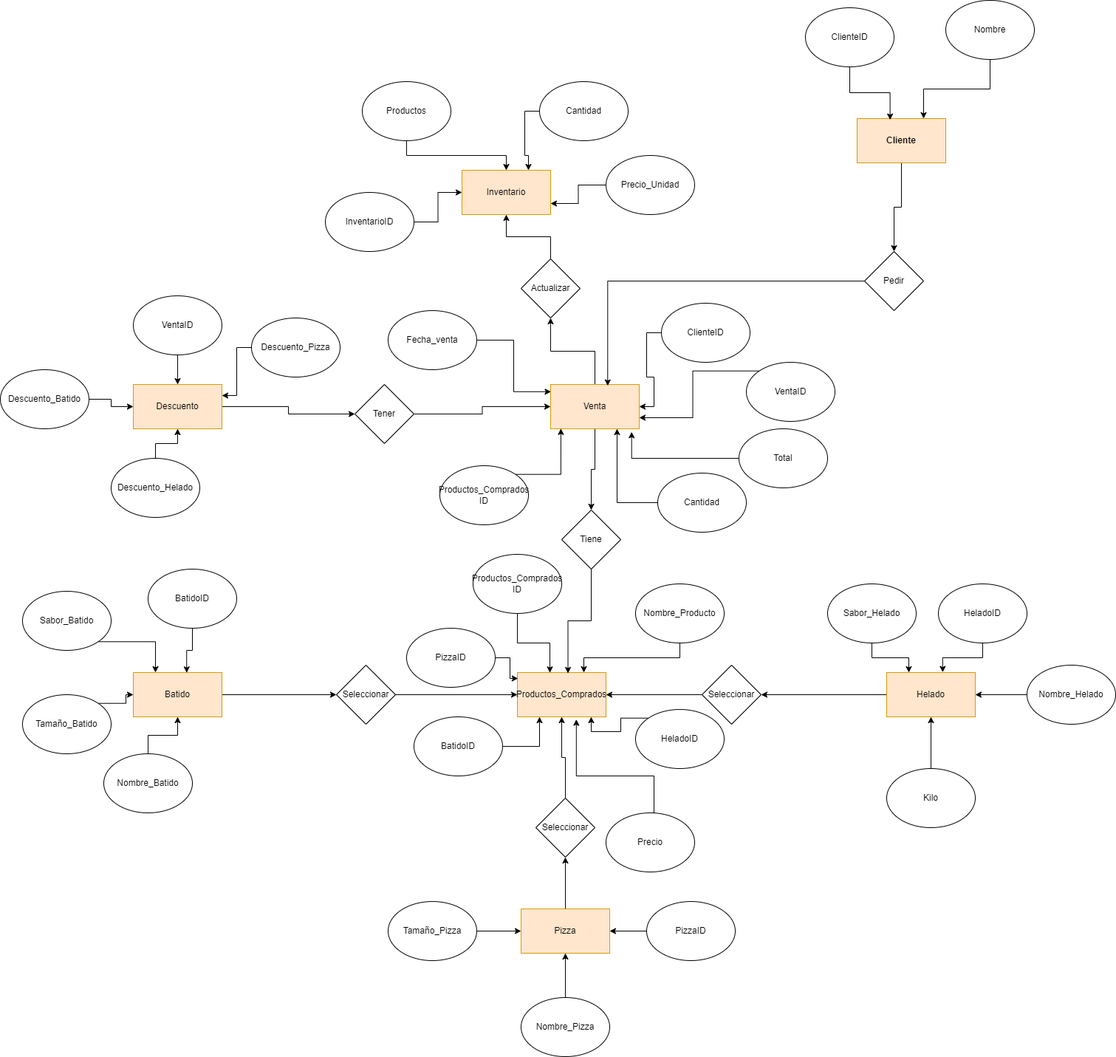
The draw.io diagram DER Heladeria.drawio.png in Gonzalo-Velasquez/Heladeria-Ledefajo-LAB, before a commit. Source tidied: cells renumbered, new cells last; positions are measured from the earlier drawing's top-left corner, leaving out a move shared by most shapes.
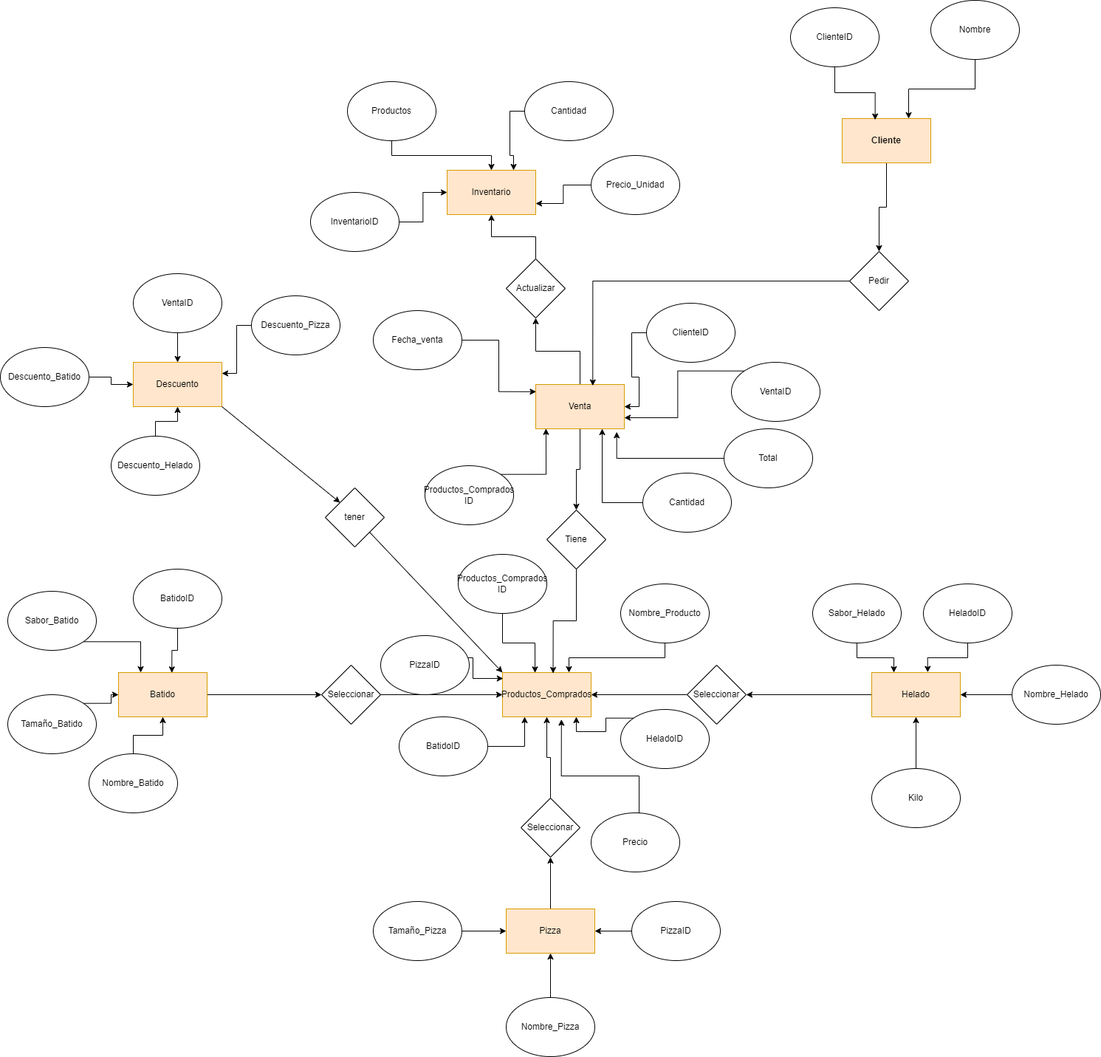
Later version of the same file.

Change to the diagram source:
```diff
@@ -243,11 +243,8 @@
     <mxCell id="78" value="Nombre_Batido" style="ellipse;whiteSpace=wrap;html=1;" parent="1" vertex="1">
       <mxGeometry x="140" y="1020" width="120" height="80" as="geometry" />
     </mxCell>
-    <mxCell id="79" style="edgeStyle=orthogonalEdgeStyle;rounded=0;jettySize=auto;html=1;exitX=1;exitY=0.5;exitDx=0;exitDy=0;entryX=0;entryY=0.5;entryDx=0;entryDy=0;" parent="1" edge="1" source="80" target="96">
-      <mxGeometry relative="1" as="geometry" />
-    </mxCell>
     <mxCell id="80" value="Descuento" style="rounded=0;whiteSpace=wrap;html=1;fillColor=#ffe6cc;strokeColor=#d79b00;" parent="1" vertex="1">
-      <mxGeometry x="180" y="520" width="120" height="60" as="geometry" />
+      <mxGeometry x="200" y="490" width="120" height="60" as="geometry" />
     </mxCell>
     <mxCell id="81" style="edgeStyle=orthogonalEdgeStyle;rounded=0;jettySize=auto;html=1;exitX=1;exitY=0.5;exitDx=0;exitDy=0;entryX=0.25;entryY=1;entryDx=0;entryDy=0;" parent="1" edge="1" source="82" target="2">
       <mxGeometry relative="1" as="geometry" />
@@ -256,10 +253,16 @@
       <mxGeometry x="560" y="970" width="120" height="80" as="geometry" />
     </mxCell>
     <mxCell id="83" style="edgeStyle=orthogonalEdgeStyle;rounded=0;jettySize=auto;html=1;exitX=1;exitY=0.5;exitDx=0;exitDy=0;entryX=0.007;entryY=0.134;entryDx=0;entryDy=0;entryPerimeter=0;" parent="1" edge="1" source="84" target="2">
-      <mxGeometry relative="1" as="geometry" />
+      <mxGeometry relative="1" as="geometry">
+        <Array as="points">
+          <mxPoint x="620" y="890" />
+          <mxPoint x="660" y="890" />
+          <mxPoint x="660" y="918" />
+        </Array>
+      </mxGeometry>
     </mxCell>
     <mxCell id="84" value="PizzaID" style="ellipse;whiteSpace=wrap;html=1;" parent="1" vertex="1">
-      <mxGeometry x="550" y="850" width="120" height="80" as="geometry" />
+      <mxGeometry x="535" y="860" width="120" height="80" as="geometry" />
     </mxCell>
     <mxCell id="85" style="edgeStyle=orthogonalEdgeStyle;rounded=0;jettySize=auto;html=1;exitX=0;exitY=0;exitDx=0;exitDy=0;entryX=0.833;entryY=1;entryDx=0;entryDy=0;entryPerimeter=0;" parent="1" edge="1" source="86" target="2">
       <mxGeometry relative="1" as="geometry" />
@@ -271,31 +274,34 @@
       <mxGeometry relative="1" as="geometry" />
     </mxCell>
     <mxCell id="88" value="VentaID" style="ellipse;whiteSpace=wrap;html=1;" parent="1" vertex="1">
-      <mxGeometry x="180" y="400" width="120" height="80" as="geometry" />
+      <mxGeometry x="200" y="370" width="120" height="80" as="geometry" />
     </mxCell>
     <mxCell id="89" style="edgeStyle=orthogonalEdgeStyle;rounded=0;jettySize=auto;html=1;exitX=1;exitY=0.5;exitDx=0;exitDy=0;" parent="1" edge="1" source="90" target="80">
       <mxGeometry relative="1" as="geometry" />
     </mxCell>
     <mxCell id="90" value="Descuento_Batido" style="ellipse;whiteSpace=wrap;html=1;" parent="1" vertex="1">
-      <mxGeometry y="500" width="120" height="80" as="geometry" />
+      <mxGeometry x="20" y="470" width="120" height="80" as="geometry" />
     </mxCell>
     <mxCell id="91" style="edgeStyle=orthogonalEdgeStyle;rounded=0;jettySize=auto;html=1;exitX=0;exitY=0.5;exitDx=0;exitDy=0;entryX=1;entryY=0.25;entryDx=0;entryDy=0;" parent="1" edge="1" source="92" target="80">
       <mxGeometry relative="1" as="geometry" />
     </mxCell>
     <mxCell id="92" value="Descuento_Pizza" style="ellipse;whiteSpace=wrap;html=1;" parent="1" vertex="1">
-      <mxGeometry x="340" y="430" width="120" height="80" as="geometry" />
+      <mxGeometry x="360" y="400" width="120" height="80" as="geometry" />
     </mxCell>
     <mxCell id="93" style="edgeStyle=orthogonalEdgeStyle;rounded=0;jettySize=auto;html=1;exitX=0.5;exitY=0;exitDx=0;exitDy=0;entryX=0.5;entryY=1;entryDx=0;entryDy=0;" parent="1" edge="1" source="94" target="80">
       <mxGeometry relative="1" as="geometry" />
     </mxCell>
     <mxCell id="94" value="Descuento_Helado" style="ellipse;whiteSpace=wrap;html=1;" parent="1" vertex="1">
-      <mxGeometry x="150" y="620" width="120" height="80" as="geometry" />
+      <mxGeometry x="170" y="590" width="120" height="80" as="geometry" />
     </mxCell>
-    <mxCell id="95" style="edgeStyle=orthogonalEdgeStyle;rounded=0;jettySize=auto;html=1;exitX=1;exitY=0.5;exitDx=0;exitDy=0;entryX=0;entryY=0.5;entryDx=0;entryDy=0;" parent="1" edge="1" source="96" target="35">
-      <mxGeometry relative="1" as="geometry" />
-    </mxCell>
-    <mxCell id="96" value="Tener" style="rhombus;whiteSpace=wrap;html=1;" parent="1" vertex="1">
-      <mxGeometry x="480" y="520" width="80" height="80" as="geometry" />
-    </mxCell>
+    <mxCell id="97" style="endArrow=classic;html=1;rounded=0;exitX=1;exitY=1;exitDx=0;exitDy=0;entryX=0;entryY=0;entryDx=0;entryDy=0;" parent="1" edge="1" source="80" target="98">
+      <mxGeometry relative="1" as="geometry" />
+    </mxCell>
+    <mxCell id="98" value="tener" style="rhombus;whiteSpace=wrap;html=1;" parent="1" vertex="1">
+      <mxGeometry x="460" y="660" width="80" height="80" as="geometry" />
+    </mxCell>
+    <mxCell id="99" style="endArrow=classic;html=1;rounded=0;exitX=1;exitY=1;exitDx=0;exitDy=0;entryX=0;entryY=0;entryDx=0;entryDy=0;" parent="1" edge="1" source="98" target="2">
+      <mxGeometry relative="1" as="geometry" />
+    </mxCell>
   </root>
 </mxGraphModel>
```
